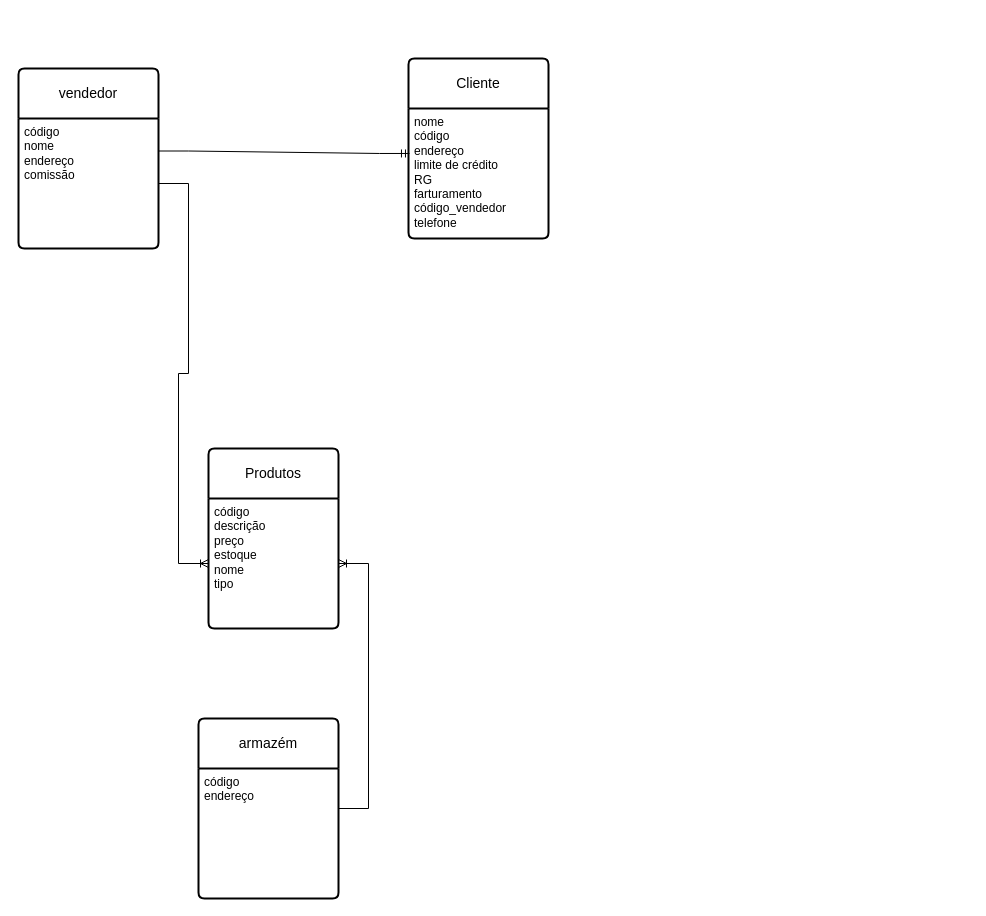
This is vendedorecliente.drawio from biacapist1224/Diagramas, a draw.io file, before an edit. Source tidied: cells renumbered, new cells numbered last; positions are measured from the earlier drawing's top-left corner, leaving out a move shared by most shapes. Both pictures are drawn from the tidied source at 100%, with x=0, y=0 at pixel (18, 58).
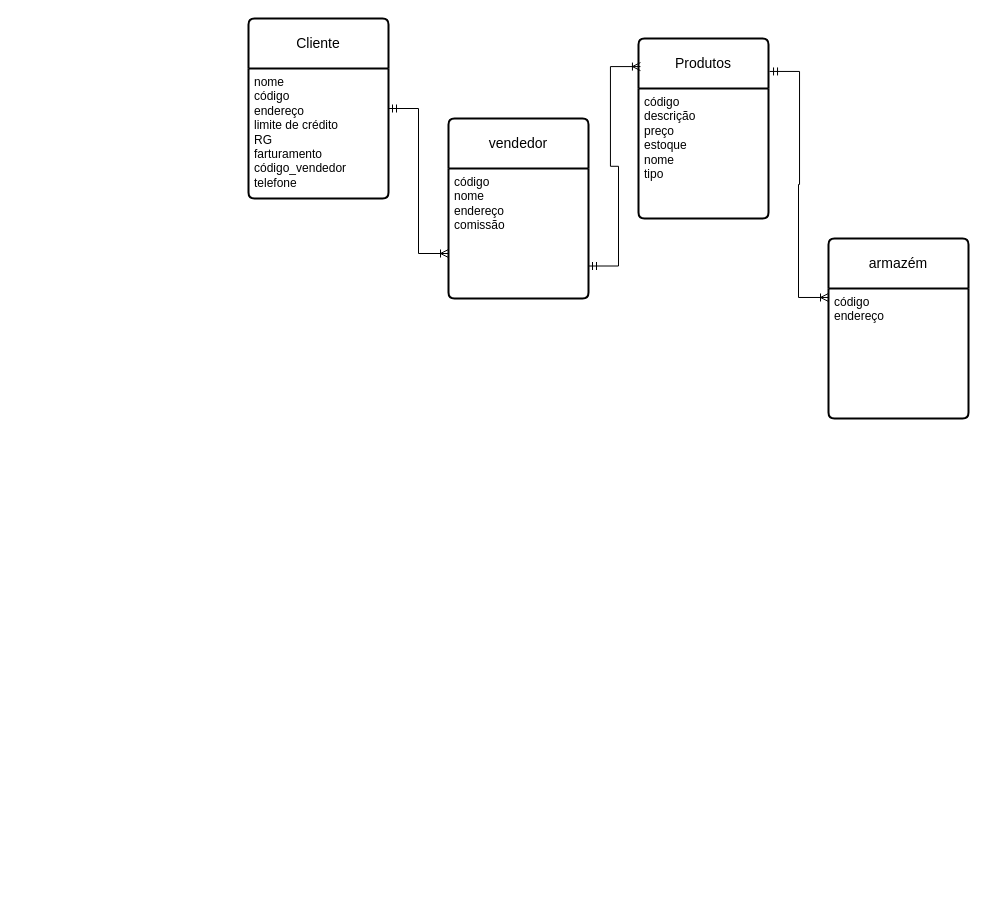
After the change.

Change to the diagram source:
```diff
@@
 <mxGraphModel>
   <root>
     <mxCell id="0" />
     <mxCell id="1" parent="0" />
     <mxCell id="2" value="vendedor" style="swimlane;horizontal=1;startSize=50;rounded=1;fontSize=14;fontStyle=0;strokeWidth=2;shadow=0;dashed=0;align=center;arcSize=4;whiteSpace=wrap;html=1;" parent="1" vertex="1">
-      <mxGeometry y="10" width="140" height="180" as="geometry" />
+      <mxGeometry x="430" y="60" width="140" height="180" as="geometry" />
     </mxCell>
     <mxCell id="3" value="&lt;div&gt;código&lt;/div&gt;&lt;div&gt;nome&lt;/div&gt;&lt;div&gt;endereço&lt;/div&gt;&lt;div&gt;comissão&lt;br&gt;&lt;/div&gt;" style="align=left;strokeColor=none;fillColor=none;spacingLeft=4;fontSize=12;verticalAlign=top;html=1;" parent="2" vertex="1">
       <mxGeometry y="50" width="140" height="130" as="geometry" />
     </mxCell>
     <mxCell id="4" value="Produtos" style="swimlane;horizontal=1;startSize=50;rounded=1;fontSize=14;fontStyle=0;strokeWidth=2;shadow=0;dashed=0;align=center;arcSize=4;whiteSpace=wrap;html=1;" parent="1" vertex="1">
-      <mxGeometry x="190" y="390" width="130" height="180" as="geometry" />
+      <mxGeometry x="620" y="-20" width="130" height="180" as="geometry" />
     </mxCell>
     <mxCell id="5" value="&lt;div&gt;código&lt;/div&gt;&lt;div&gt;descrição&lt;/div&gt;&lt;div&gt;preço&lt;/div&gt;&lt;div&gt;estoque &lt;br&gt;&lt;/div&gt;&lt;div&gt;nome&lt;/div&gt;&lt;div&gt;tipo&lt;br&gt;&lt;/div&gt;" style="align=left;strokeColor=none;fillColor=none;spacingLeft=4;fontSize=12;verticalAlign=top;html=1;" parent="4" vertex="1">
       <mxGeometry y="50" width="130" height="130" as="geometry" />
     </mxCell>
     <mxCell id="6" value="armazém" style="swimlane;horizontal=1;startSize=50;rounded=1;fontSize=14;fontStyle=0;strokeWidth=2;shadow=0;dashed=0;align=center;arcSize=4;whiteSpace=wrap;html=1;" parent="1" vertex="1">
-      <mxGeometry x="180" y="660" width="140" height="180" as="geometry" />
+      <mxGeometry x="810" y="180" width="140" height="180" as="geometry" />
     </mxCell>
     <mxCell id="7" value="código&lt;br&gt;endereço" style="align=left;strokeColor=none;fillColor=none;spacingLeft=4;fontSize=12;verticalAlign=top;html=1;" parent="6" vertex="1">
       <mxGeometry y="50" width="140" height="130" as="geometry" />
     </mxCell>
     <mxCell id="8" value="Cliente" style="swimlane;horizontal=1;startSize=50;rounded=1;fontSize=14;fontStyle=0;strokeWidth=2;shadow=0;dashed=0;align=center;arcSize=4;whiteSpace=wrap;html=1;" parent="1" vertex="1">
-      <mxGeometry x="390" width="140" height="180" as="geometry" />
+      <mxGeometry x="230" y="-40" width="140" height="180" as="geometry" />
     </mxCell>
     <mxCell id="9" value="&lt;div&gt;nome&lt;/div&gt;&lt;div&gt;código&lt;/div&gt;&lt;div&gt;endereço&lt;/div&gt;&lt;div&gt;limite de crédito&lt;/div&gt;&lt;div&gt;RG&lt;/div&gt;&lt;div&gt;farturamento&lt;/div&gt;&lt;div&gt;código_vendedor&lt;/div&gt;&lt;div&gt;telefone&lt;br&gt;&lt;/div&gt;" style="align=left;strokeColor=none;fillColor=none;spacingLeft=4;fontSize=12;verticalAlign=top;html=1;" parent="8" vertex="1">
       <mxGeometry y="50" width="140" height="130" as="geometry" />
     </mxCell>
-    <mxCell id="10" style="edgeStyle=entityRelationEdgeStyle;fontSize=12;html=1;endArrow=ERmandOne;rounded=0;entryX=0.007;entryY=0.346;entryDx=0;entryDy=0;entryPerimeter=0;exitX=1;exitY=0.25;exitDx=0;exitDy=0;" parent="1" edge="1" source="3" target="9">
-      <mxGeometry relative="1" as="geometry" />
-    </mxCell>
-    <mxCell id="11" style="edgeStyle=entityRelationEdgeStyle;fontSize=12;html=1;endArrow=ERoneToMany;rounded=0;entryX=0;entryY=0.5;entryDx=0;entryDy=0;" parent="1" edge="1" source="3" target="5">
-      <mxGeometry relative="1" as="geometry" />
-    </mxCell>
-    <mxCell id="12" style="edgeStyle=entityRelationEdgeStyle;fontSize=12;html=1;endArrow=ERoneToMany;rounded=0;" parent="1" edge="1" source="6" target="5">
-      <mxGeometry relative="1" as="geometry" />
-    </mxCell>
+    <mxCell id="13" style="edgeStyle=entityRelationEdgeStyle;fontSize=12;html=1;endArrow=ERoneToMany;startArrow=ERmandOne;rounded=0;entryX=0;entryY=0.75;entryDx=0;entryDy=0;exitX=1;exitY=0.5;exitDx=0;exitDy=0;" parent="1" edge="1" source="8" target="2">
+      <mxGeometry relative="1" as="geometry" />
+    </mxCell>
+    <mxCell id="14" style="edgeStyle=entityRelationEdgeStyle;fontSize=12;html=1;endArrow=ERoneToMany;startArrow=ERmandOne;rounded=0;exitX=1;exitY=0.75;exitDx=0;exitDy=0;entryX=0.015;entryY=0.156;entryDx=0;entryDy=0;entryPerimeter=0;" parent="1" edge="1" source="3" target="4">
+      <mxGeometry relative="1" as="geometry" />
+    </mxCell>
+    <mxCell id="15" style="edgeStyle=entityRelationEdgeStyle;fontSize=12;html=1;endArrow=ERoneToMany;startArrow=ERmandOne;rounded=0;entryX=0;entryY=0.069;entryDx=0;entryDy=0;entryPerimeter=0;exitX=1.008;exitY=0.183;exitDx=0;exitDy=0;exitPerimeter=0;" parent="1" edge="1" source="4" target="7">
+      <mxGeometry relative="1" as="geometry" />
+    </mxCell>
   </root>
 </mxGraphModel>
```
